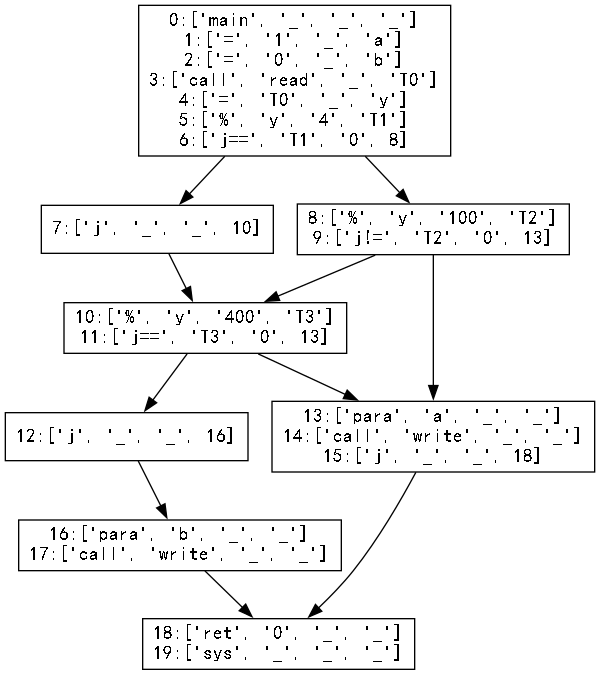
The Graphviz diagram Basic_Block/basic_block.gv.png in hutao99/compiler, before a commit. Its source is kept beside it as Basic_Block/basic_block.gv. The source it was exported from:
```dot
digraph "./Basic_Block/basic_block" {
	0 [label="0:['main', '_', '_', '_']
1:['=', '1', '_', 'a']
2:['=', '0', '_', 'b']
3:['call', 'read', '_', 'T0']
4:['=', 'T0', '_', 'y']
5:['%', 'y', '4', 'T1']
6:['j==', 'T1', '0', 8]
" fontname=SimHei shape=rectangle]
	1 [label="7:['j', '_', '_', 10]
" fontname=SimHei shape=rectangle]
	2 [label="8:['%', 'y', '100', 'T2']
9:['j!=', 'T2', '0', 13]
" fontname=SimHei shape=rectangle]
	3 [label="10:['%', 'y', '400', 'T3']
11:['j==', 'T3', '0', 13]
" fontname=SimHei shape=rectangle]
	4 [label="12:['j', '_', '_', 16]
" fontname=SimHei shape=rectangle]
	5 [label="13:['para', 'a', '_', '_']
14:['call', 'write', '_', '_']
15:['j', '_', '_', 18]
" fontname=SimHei shape=rectangle]
	6 [label="16:['para', 'b', '_', '_']
17:['call', 'write', '_', '_']
" fontname=SimHei shape=rectangle]
	7 [label="18:['ret', '0', '_', '_']
19:['sys', '_', '_', '_']
" fontname=SimHei shape=rectangle]
	0 -> 2
	0 -> 1
	1 -> 3
	2 -> 5
	2 -> 3
	3 -> 5
	3 -> 4
	4 -> 6
	5 -> 7
	6 -> 7
}
```
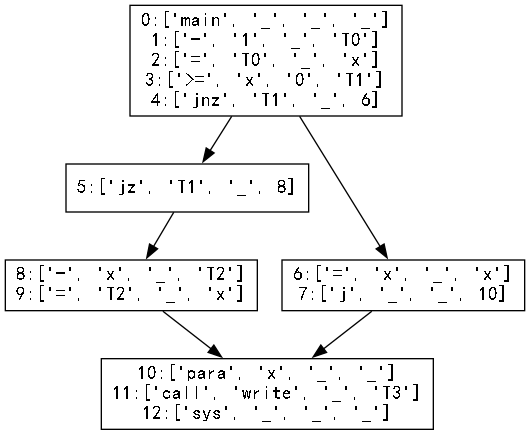
After the commit.

Change to the diagram source:
```diff
@@ -1,40 +1,25 @@
 digraph "./Basic_Block/basic_block" {
 	0 [label="0:['main', '_', '_', '_']
-1:['=', '1', '_', 'a']
-2:['=', '0', '_', 'b']
-3:['call', 'read', '_', 'T0']
-4:['=', 'T0', '_', 'y']
-5:['%', 'y', '4', 'T1']
-6:['j==', 'T1', '0', 8]
+1:['-', '1', '_', 'T0']
+2:['=', 'T0', '_', 'x']
+3:['>=', 'x', '0', 'T1']
+4:['jnz', 'T1', '_', 6]
 " fontname=SimHei shape=rectangle]
-	1 [label="7:['j', '_', '_', 10]
+	1 [label="5:['jz', 'T1', '_', 8]
 " fontname=SimHei shape=rectangle]
-	2 [label="8:['%', 'y', '100', 'T2']
-9:['j!=', 'T2', '0', 13]
+	2 [label="6:['=', 'x', '_', 'x']
+7:['j', '_', '_', 10]
 " fontname=SimHei shape=rectangle]
-	3 [label="10:['%', 'y', '400', 'T3']
-11:['j==', 'T3', '0', 13]
+	3 [label="8:['-', 'x', '_', 'T2']
+9:['=', 'T2', '_', 'x']
 " fontname=SimHei shape=rectangle]
-	4 [label="12:['j', '_', '_', 16]
-" fontname=SimHei shape=rectangle]
-	5 [label="13:['para', 'a', '_', '_']
-14:['call', 'write', '_', '_']
-15:['j', '_', '_', 18]
-" fontname=SimHei shape=rectangle]
-	6 [label="16:['para', 'b', '_', '_']
-17:['call', 'write', '_', '_']
-" fontname=SimHei shape=rectangle]
-	7 [label="18:['ret', '0', '_', '_']
-19:['sys', '_', '_', '_']
+	4 [label="10:['para', 'x', '_', '_']
+11:['call', 'write', '_', 'T3']
+12:['sys', '_', '_', '_']
 " fontname=SimHei shape=rectangle]
 	0 -> 2
 	0 -> 1
 	1 -> 3
-	2 -> 5
-	2 -> 3
-	3 -> 5
+	2 -> 4
 	3 -> 4
-	4 -> 6
-	5 -> 7
-	6 -> 7
 }
```
